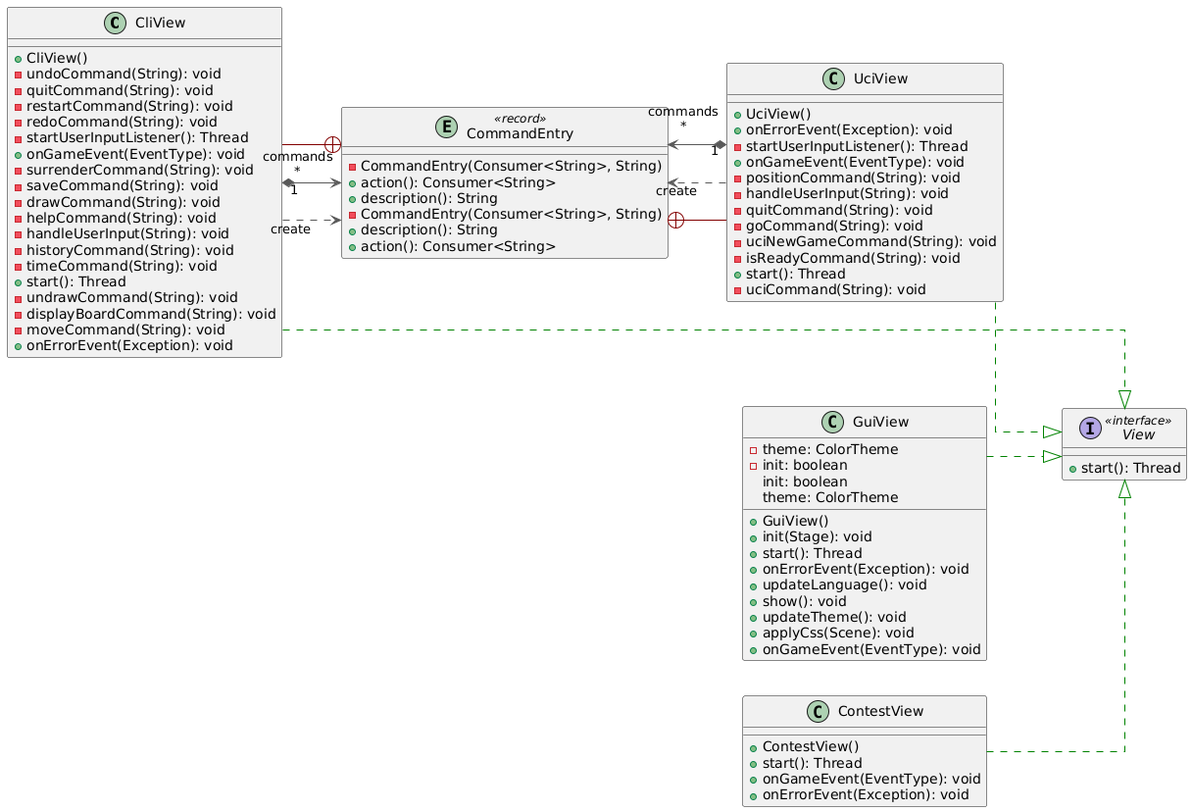
This is reports/final/res/uml_view.png from Vjonquiere/chess, a PlantUML export, as it was before one commit.
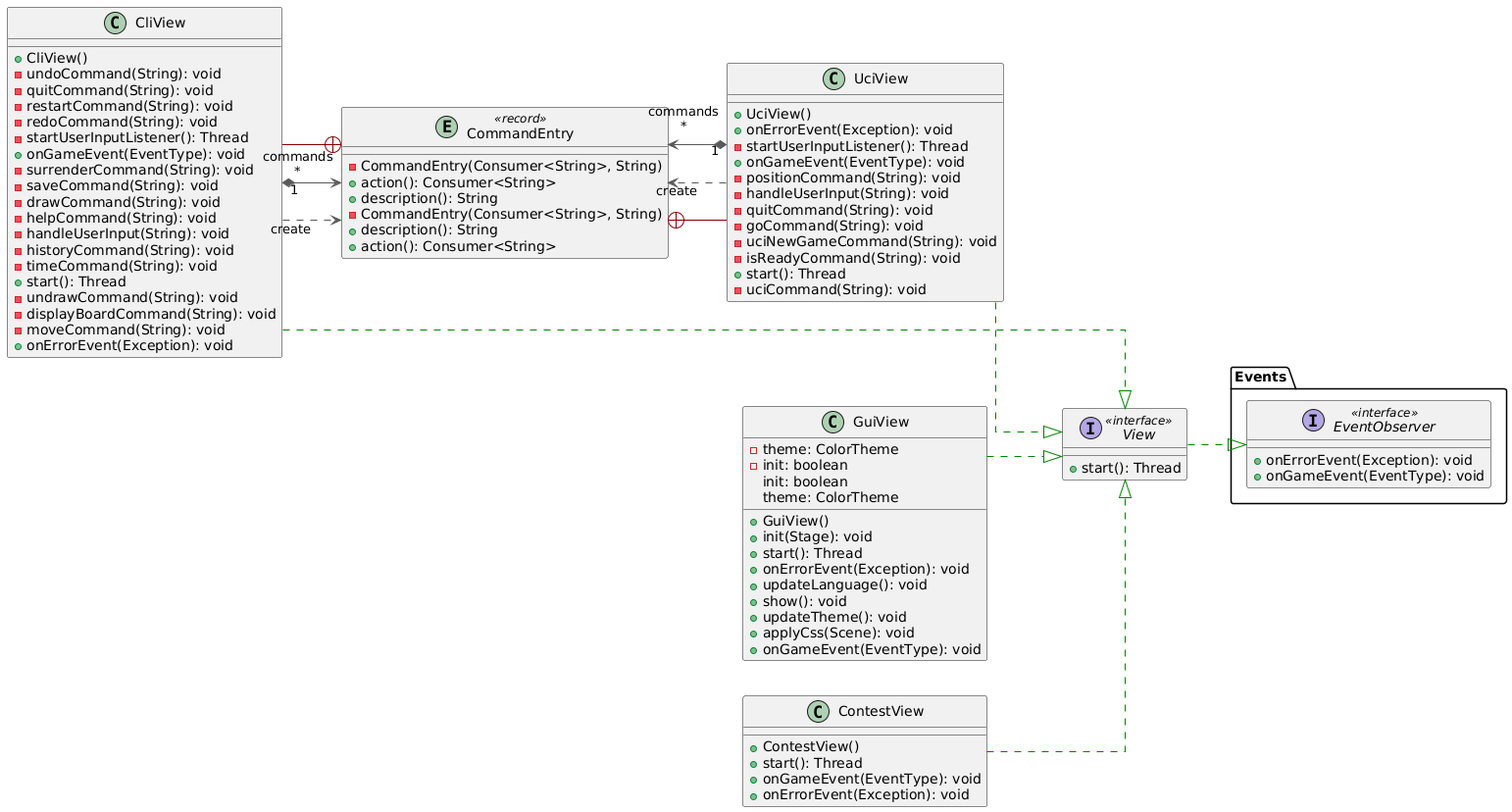
The same diagram one commit later.

The edit, as a diff of the source:
```diff
@@ -71,6 +71,13 @@
 interface View << interface >> {
   + start(): Thread
 }
+package Events {
+  interface EventObserver << interface >> {
+  + onErrorEvent(Exception): void
+  + onGameEvent(EventType): void
+}
+}
+
 
 CliView       -[#595959,dashed]->  CommandEntry : "«create»"
 CliView      "1" *-[#595959,plain]-> "commands\n*" CommandEntry
@@ -82,4 +89,5 @@
 UciView       -[#595959,dashed]->  CommandEntry : "«create»"
 UciView      "1" *-[#595959,plain]-> "commands\n*" CommandEntry
 UciView       -[#008200,dashed]-^  View
+View       -[#008200,dashed]-^  EventObserver
 @enduml
```
